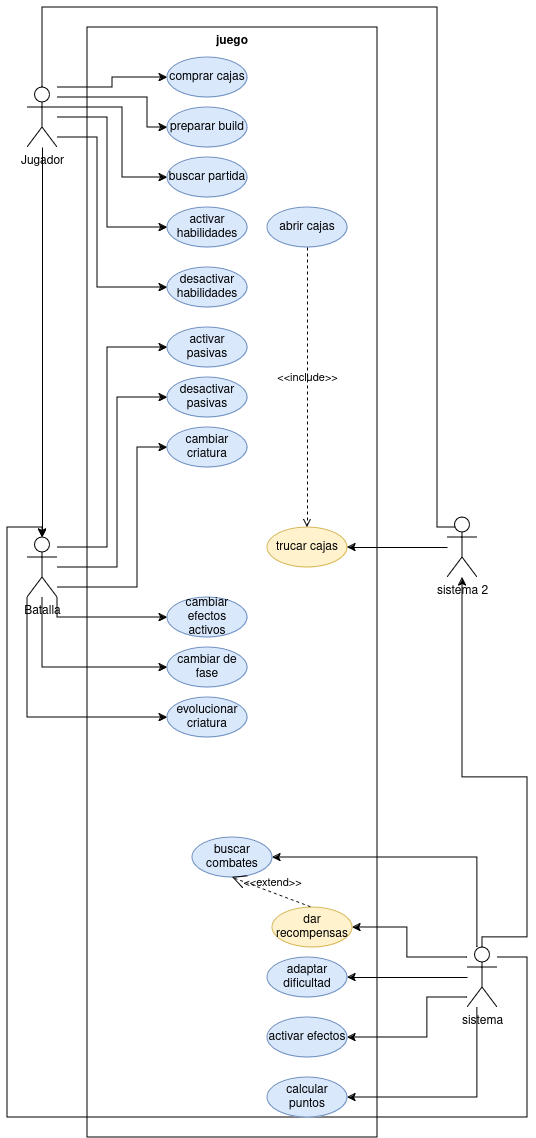
Above: juego de monstruos.png in gian700/Proyecto (draw.io), before the change. Source tidied: cells renumbered, new cells last; positions are measured from the earlier drawing's top-left corner, leaving out a move shared by most shapes.
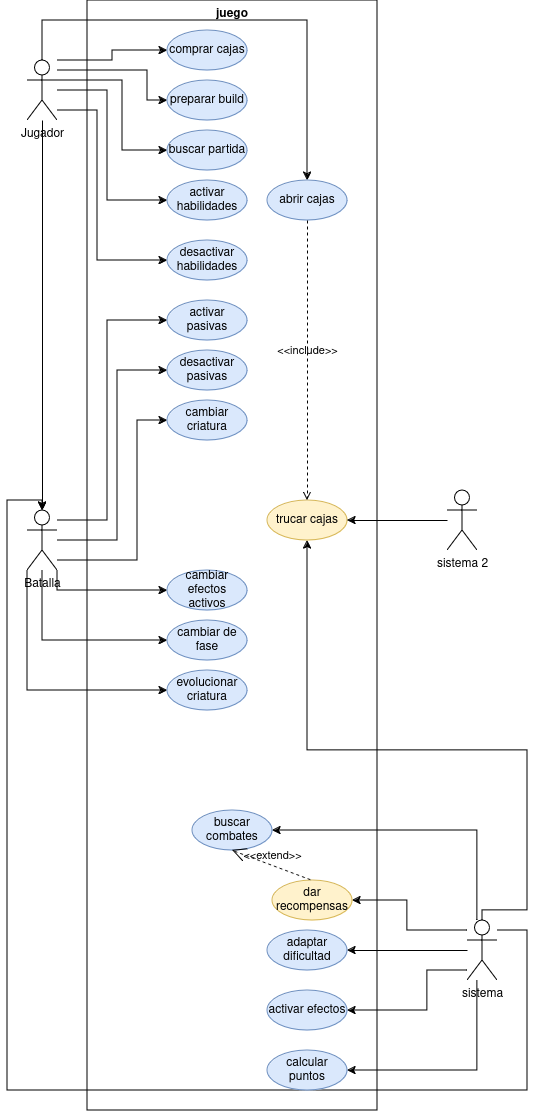
Later version of the same file.

Diff of the diagram source:
```diff
@@ -28,15 +28,6 @@
         </Array>
       </mxGeometry>
     </mxCell>
-    <mxCell id="6" style="edgeStyle=orthogonalEdgeStyle;rounded=0;jettySize=auto;html=1;entryX=0.5;entryY=0;entryDx=0;entryDy=0;entryPerimeter=0;" parent="1" edge="1" source="9" target="46">
-      <mxGeometry relative="1" as="geometry">
-        <Array as="points">
-          <mxPoint x="35" />
-          <mxPoint x="430" />
-          <mxPoint x="430" y="520" />
-        </Array>
-      </mxGeometry>
-    </mxCell>
     <mxCell id="7" style="edgeStyle=orthogonalEdgeStyle;rounded=0;jettySize=auto;html=1;entryX=0;entryY=0.5;entryDx=0;entryDy=0;" parent="1" edge="1" source="9" target="10">
       <mxGeometry relative="1" as="geometry">
         <Array as="points">
@@ -53,6 +44,14 @@
         </Array>
       </mxGeometry>
     </mxCell>
+    <mxCell id="48" style="edgeStyle=orthogonalEdgeStyle;rounded=0;jettySize=auto;html=1;entryX=0.5;entryY=0;entryDx=0;entryDy=0;" parent="1" edge="1" source="9" target="22">
+      <mxGeometry relative="1" as="geometry">
+        <Array as="points">
+          <mxPoint x="35" y="40" />
+          <mxPoint x="300" y="40" />
+        </Array>
+      </mxGeometry>
+    </mxCell>
     <mxCell id="9" value="Jugador" style="shape=umlActor;html=1;verticalLabelPosition=bottom;verticalAlign=top;align=center;" parent="1" vertex="1">
       <mxGeometry x="20" y="80" width="30" height="60" as="geometry" />
     </mxCell>
@@ -137,12 +136,13 @@
     <mxCell id="27" value="cambiar de fase" style="ellipse;whiteSpace=wrap;html=1;fillColor=#dae8fc;strokeColor=#6c8ebf;" parent="1" vertex="1">
       <mxGeometry x="160" y="640" width="80" height="40" as="geometry" />
     </mxCell>
-    <mxCell id="28" style="edgeStyle=orthogonalEdgeStyle;rounded=0;jettySize=auto;html=1;" parent="1" edge="1" source="35" target="46">
+    <mxCell id="28" style="edgeStyle=orthogonalEdgeStyle;rounded=0;jettySize=auto;html=1;entryX=0.5;entryY=1;entryDx=0;entryDy=0;" parent="1" edge="1" source="35" target="37">
       <mxGeometry relative="1" as="geometry">
         <Array as="points">
+          <mxPoint x="475" y="930" />
           <mxPoint x="520" y="930" />
           <mxPoint x="520" y="770" />
-          <mxPoint x="455" y="770" />
+          <mxPoint x="300" y="770" />
         </Array>
       </mxGeometry>
     </mxCell>
```
